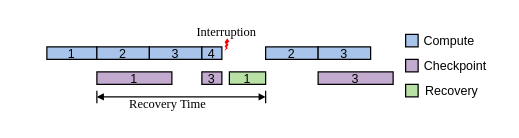
icszhr/NCheck keeps this draw.io diagram as fig/recovery_mot.drawio. Above is the earlier version. Source tidied: cells renumbered, new cells numbered last; positions are measured from the earlier drawing's top-left corner, leaving out a move shared by most shapes. Both pictures are drawn from the tidied source at 125%, with x=0, y=0 at pixel (46, 25).
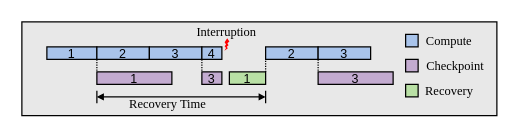
Above is the later version.

Unchanged cells that the change refers to:
```xml
<mxCell id="2" value="&lt;p style=&quot;line-height: 100%; font-size: 10px;&quot;&gt;&lt;font style=&quot;font-size: 10px;&quot;&gt;1&lt;/font&gt;&lt;/p&gt;" style="whiteSpace=wrap;html=1;fillColor=#A9C4EB;fontSize=10;" parent="1" vertex="1">
  <mxGeometry y="17" width="40" height="10" as="geometry" />
</mxCell>
<mxCell id="5" value="1" style="whiteSpace=wrap;html=1;fillColor=#C3ABD0;fontSize=10;" parent="1" vertex="1">
  <mxGeometry x="40" y="37" width="60" height="10" as="geometry" />
</mxCell>
<mxCell id="8" value="&lt;p style=&quot;line-height: 100%; font-size: 10px;&quot;&gt;&lt;font style=&quot;font-size: 10px;&quot;&gt;4&lt;/font&gt;&lt;/p&gt;" style="whiteSpace=wrap;html=1;fillColor=#A9C4EB;fontSize=10;" parent="1" vertex="1">
  <mxGeometry x="124" y="17" width="16" height="10" as="geometry" />
</mxCell>
<mxCell id="9" value="&lt;p style=&quot;line-height: 100%;&quot;&gt;2&lt;/p&gt;" style="whiteSpace=wrap;html=1;fillColor=#A9C4EB;fontSize=10;verticalAlign=middle;" parent="1" vertex="1">
  <mxGeometry x="175" y="17" width="42" height="10" as="geometry" />
</mxCell>
<mxCell id="10" value="&lt;p style=&quot;line-height: 100%; font-size: 10px;&quot;&gt;3&lt;/p&gt;" style="whiteSpace=wrap;html=1;fillColor=#A9C4EB;fontSize=10;" parent="1" vertex="1">
  <mxGeometry x="217" y="17" width="42" height="10" as="geometry" />
</mxCell>
<mxCell id="11" value="3" style="whiteSpace=wrap;html=1;fillColor=#C3ABD0;fontSize=10;" parent="1" vertex="1">
  <mxGeometry x="124" y="37" width="16" height="10" as="geometry" />
</mxCell>
<mxCell id="12" value="3" style="whiteSpace=wrap;html=1;fillColor=#C3ABD0;fontSize=10;" parent="1" vertex="1">
  <mxGeometry x="217" y="37" width="60" height="10" as="geometry" />
</mxCell>
<mxCell id="21" value="1" style="whiteSpace=wrap;html=1;fillColor=#B9E0A5;fontSize=10;" parent="1" vertex="1">
  <mxGeometry x="146" y="37" width="29" height="10" as="geometry" />
</mxCell>
```

The edit, as a diff of the source:
```diff
@@
+    <mxCell id="24" style="rounded=0;whiteSpace=wrap;html=1;fontFamily=Times New Roman;fillColor=#E8E8E8;" parent="1" vertex="1">
+      <mxGeometry x="-20" y="-3" width="380" height="75" as="geometry" />
+    </mxCell>
+    <mxCell id="25" style="edgeStyle=orthogonalEdgeStyle;rounded=0;jettySize=auto;html=1;exitX=1;exitY=1;exitDx=0;exitDy=0;entryX=0;entryY=0;entryDx=0;entryDy=0;startArrow=none;startFill=0;endArrow=none;endFill=0;dashed=1;dashPattern=1 1;" parent="1" edge="1" source="2" target="5">
+      <mxGeometry relative="1" as="geometry" />
+    </mxCell>
@@
+    <mxCell id="26" style="edgeStyle=orthogonalEdgeStyle;rounded=0;jettySize=auto;html=1;exitX=0;exitY=1;exitDx=0;exitDy=0;entryX=0;entryY=0;entryDx=0;entryDy=0;endArrow=none;endFill=0;dashed=1;dashPattern=1 1;" parent="1" edge="1" source="8" target="11">
+      <mxGeometry relative="1" as="geometry" />
+    </mxCell>
@@
+    <mxCell id="27" style="edgeStyle=orthogonalEdgeStyle;rounded=0;jettySize=auto;html=1;exitX=0;exitY=1;exitDx=0;exitDy=0;entryX=0;entryY=0;entryDx=0;entryDy=0;startArrow=none;startFill=0;endArrow=none;endFill=0;dashed=1;dashPattern=1 1;" parent="1" edge="1" source="10" target="12">
+      <mxGeometry relative="1" as="geometry" />
+    </mxCell>
@@
-    <mxCell id="13" style="whiteSpace=wrap;html=1;fillColor=#A9C4EB;" parent="1" vertex="1">
+    <mxCell id="13" style="whiteSpace=wrap;html=1;fillColor=#A9C4EB;fontFamily=Times New Roman;" parent="1" vertex="1">
       <mxGeometry x="287" y="7" width="10" height="10" as="geometry" />
     </mxCell>
-    <mxCell id="14" value="&lt;font style=&quot;font-size: 10px;&quot;&gt;Compute&lt;/font&gt;" style="text;html=1;align=center;verticalAlign=middle;whiteSpace=wrap;rounded=0;" parent="1" vertex="1">
+    <mxCell id="14" value="&lt;font style=&quot;font-size: 10px;&quot;&gt;Compute&lt;/font&gt;" style="text;html=1;align=center;verticalAlign=middle;whiteSpace=wrap;rounded=0;fontFamily=Times New Roman;" parent="1" vertex="1">
       <mxGeometry x="297" y="7" width="50" height="10" as="geometry" />
     </mxCell>
-    <mxCell id="15" style="whiteSpace=wrap;html=1;fillColor=#C3ABD0;" parent="1" vertex="1">
+    <mxCell id="15" style="whiteSpace=wrap;html=1;fillColor=#C3ABD0;fontFamily=Times New Roman;" parent="1" vertex="1">
       <mxGeometry x="287" y="27" width="10" height="10" as="geometry" />
     </mxCell>
-    <mxCell id="16" value="&lt;font style=&quot;font-size: 10px;&quot;&gt;Checkpoint&lt;/font&gt;" style="text;html=1;align=center;verticalAlign=middle;whiteSpace=wrap;rounded=0;" parent="1" vertex="1">
+    <mxCell id="16" value="&lt;font style=&quot;font-size: 10px;&quot;&gt;Checkpoint&lt;/font&gt;" style="text;html=1;align=center;verticalAlign=middle;whiteSpace=wrap;rounded=0;fontFamily=Times New Roman;" parent="1" vertex="1">
       <mxGeometry x="302" y="27" width="50" height="10" as="geometry" />
     </mxCell>
@@
+    <mxCell id="28" style="edgeStyle=orthogonalEdgeStyle;rounded=0;jettySize=auto;html=1;exitX=1;exitY=0;exitDx=0;exitDy=0;entryX=0;entryY=1;entryDx=0;entryDy=0;startArrow=none;startFill=0;endArrow=none;endFill=0;dashed=1;dashPattern=1 1;" parent="1" edge="1" source="21" target="9">
+      <mxGeometry relative="1" as="geometry" />
+    </mxCell>
@@
-    <mxCell id="22" style="whiteSpace=wrap;html=1;fillColor=#B9E0A5;" parent="1" vertex="1">
+    <mxCell id="22" style="whiteSpace=wrap;html=1;fillColor=#B9E0A5;fontFamily=Times New Roman;" parent="1" vertex="1">
       <mxGeometry x="287" y="47" width="10" height="10" as="geometry" />
     </mxCell>
-    <mxCell id="23" value="&lt;font style=&quot;font-size: 10px;&quot;&gt;Recovery&lt;/font&gt;" style="text;html=1;align=left;verticalAlign=middle;whiteSpace=wrap;rounded=0;" parent="1" vertex="1">
+    <mxCell id="23" value="&lt;font style=&quot;font-size: 10px;&quot;&gt;Recovery&lt;/font&gt;" style="text;html=1;align=left;verticalAlign=middle;whiteSpace=wrap;rounded=0;fontFamily=Times New Roman;" parent="1" vertex="1">
       <mxGeometry x="301" y="47" width="50" height="10" as="geometry" />
     </mxCell>
```
